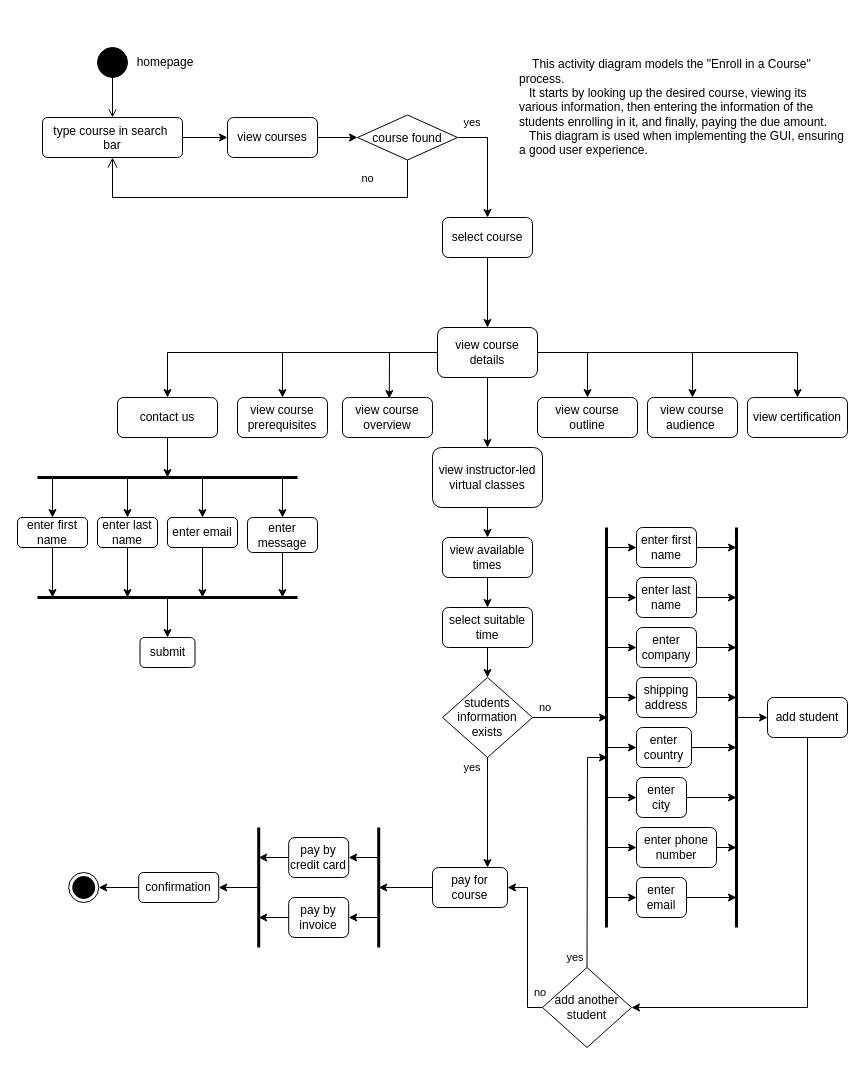
This is ActivityDiagram.drawio from yahiaelshafei/SkilForge, a draw.io file, before an edit. Source tidied: cells renumbered, new cells numbered last; positions are measured from the earlier drawing's top-left corner, leaving out a move shared by most shapes. Both pictures are drawn from the tidied source at 100%, with x=0, y=0 at pixel (17, 17).
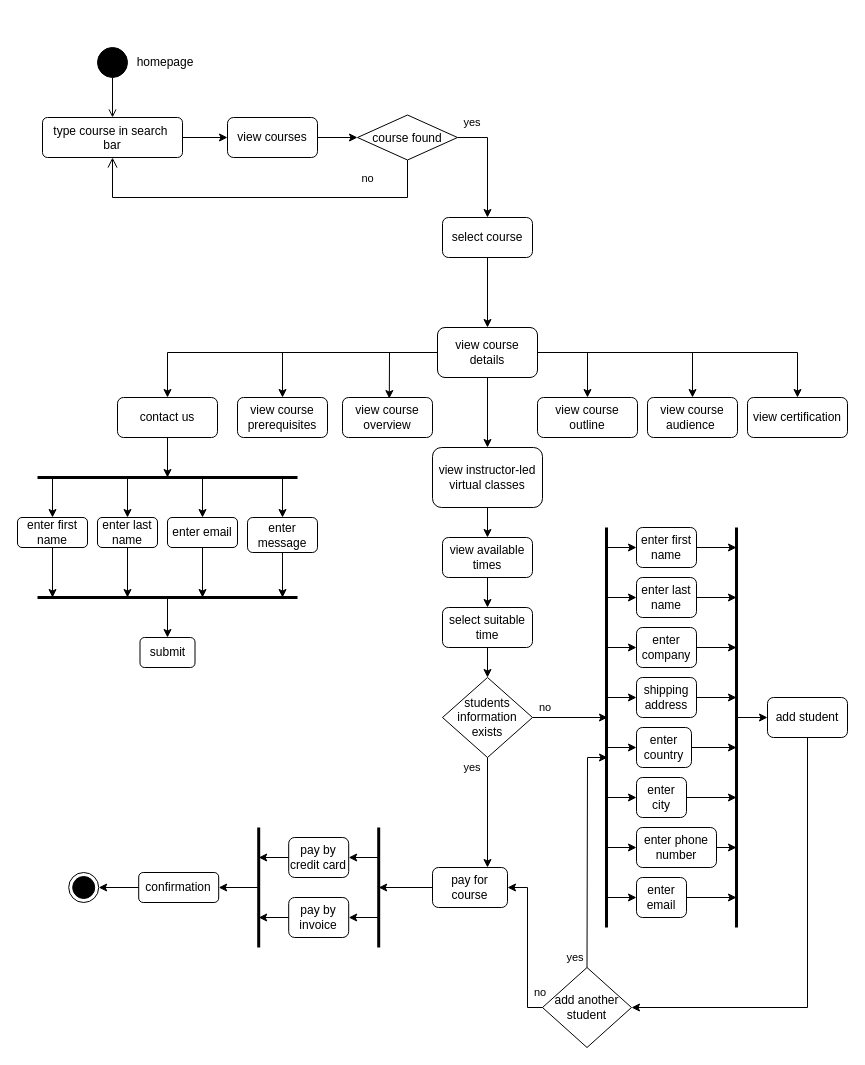
After the change.

The edit, as a diff of the source:
```diff
@@
-    <mxCell id="106" value="&lt;div align=&quot;left&quot;&gt;&lt;font&gt;&amp;nbsp; &amp;nbsp; This activity diagram models the &quot;Enroll in a Course&quot; process.&lt;/font&gt;&lt;br&gt;&lt;font&gt;&amp;nbsp; &amp;nbsp;It starts by looking up the desired course, viewing its various information, then entering the information of the students enrolling in it, and finally, paying the due amount.&lt;/font&gt;&lt;br&gt;&amp;nbsp; &amp;nbsp;&lt;font&gt;This diagram is used when implementing the GUI, ensuring a good user experience.&lt;/font&gt;&lt;/div&gt;" style="text;html=1;whiteSpace=wrap;strokeColor=none;fillColor=none;align=left;verticalAlign=middle;rounded=0;" parent="1" vertex="1">
-      <mxGeometry x="500" width="330" height="180" as="geometry" />
-    </mxCell>
```
